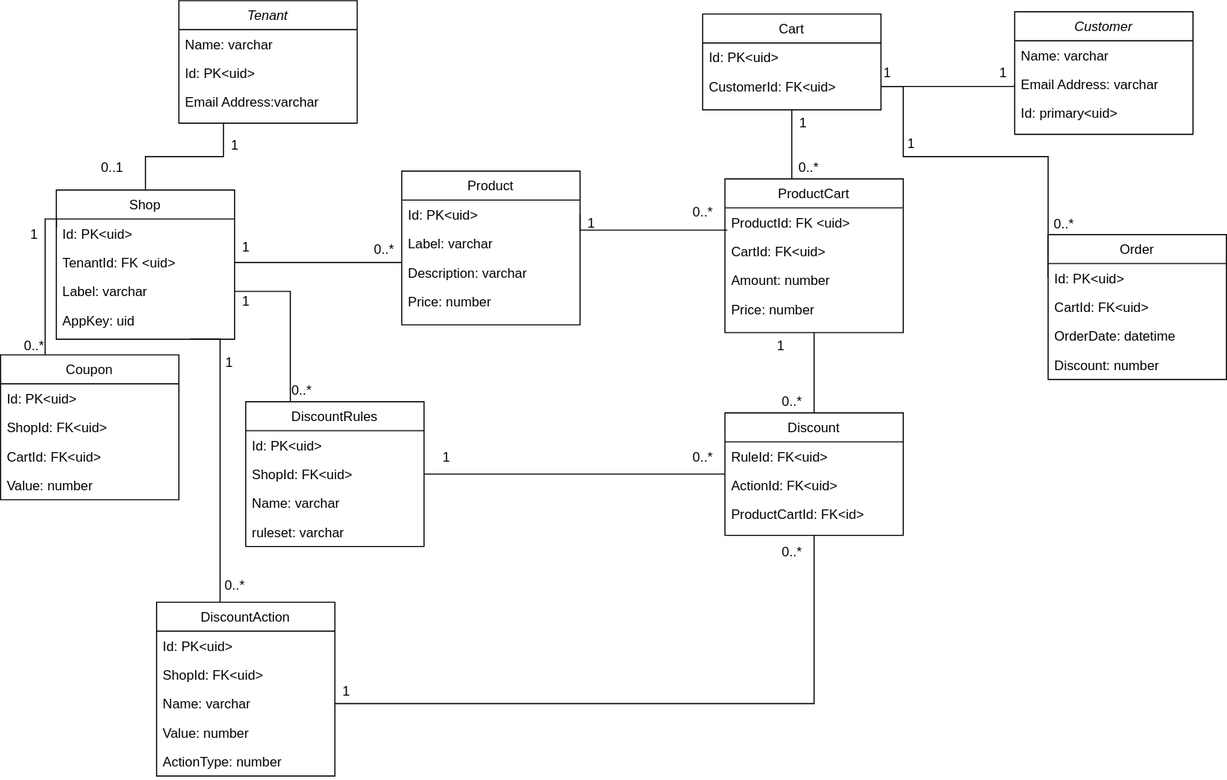
This is doc/src/docs/asciidoc/images/classdiagram.svg from swk5-2022ws/caas-bb-g2-buttinger-g2-emrah, a draw.io export, as it was before one commit. Source tidied: cells renumbered, new cells last; positions are measured from the earlier drawing's top-left corner, leaving out a move shared by most shapes.
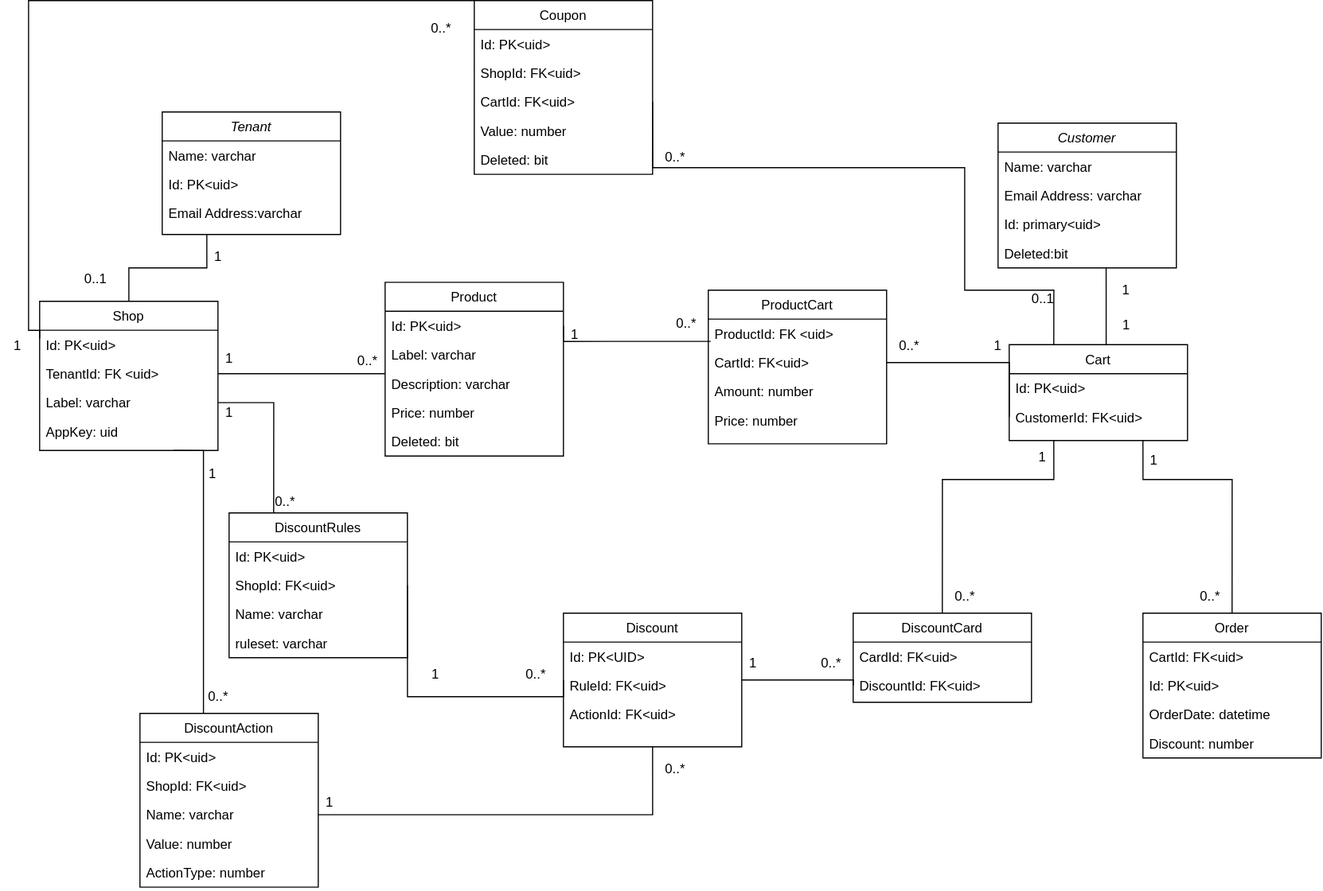
The same file after the commit.

What changed in the source:
```diff
@@ -41,4 +41,20 @@
     </mxCell>
+    <mxCell id="89" style="edgeStyle=orthogonalEdgeStyle;rounded=0;jettySize=auto;html=1;startArrow=none;startFill=0;endArrow=none;endFill=0;entryX=0.606;entryY=1.017;entryDx=0;entryDy=0;entryPerimeter=0;" parent="1" edge="1" source="13" target="91">
+      <mxGeometry relative="1" as="geometry">
+        <Array as="points">
+          <mxPoint x="1007" y="160" />
+          <mxPoint x="1007" y="160" />
+        </Array>
+      </mxGeometry>
+    </mxCell>
+    <mxCell id="90" style="edgeStyle=orthogonalEdgeStyle;rounded=0;jettySize=auto;html=1;exitX=0.75;exitY=1;exitDx=0;exitDy=0;entryX=0.5;entryY=0;entryDx=0;entryDy=0;startArrow=none;startFill=0;endArrow=none;endFill=0;" parent="1" edge="1" source="13" target="16">
+      <mxGeometry relative="1" as="geometry">
+        <Array as="points">
+          <mxPoint x="1040" y="330" />
+          <mxPoint x="1120" y="330" />
+        </Array>
+      </mxGeometry>
+    </mxCell>
     <mxCell id="13" value="Cart" style="swimlane;fontStyle=0;align=center;verticalAlign=top;horizontal=1;startSize=26;rounded=0;shadow=0;strokeWidth=1;" parent="1" vertex="1">
-      <mxGeometry x="630" y="12" width="160" height="86" as="geometry" />
+      <mxGeometry x="920" y="209" width="160" height="86" as="geometry" />
     </mxCell>
@@ -51,10 +67,10 @@
     <mxCell id="16" value="Order" style="swimlane;fontStyle=0;align=center;verticalAlign=top;horizontal=1;startSize=26;rounded=0;shadow=0;strokeWidth=1;" parent="1" vertex="1">
-      <mxGeometry x="940" y="210" width="160" height="130" as="geometry" />
+      <mxGeometry x="1040" y="450" width="160" height="130" as="geometry" />
     </mxCell>
+    <mxCell id="18" value="CartId: FK&lt;uid&gt;" style="text;align=left;verticalAlign=top;spacingLeft=4;spacingRight=4;overflow=hidden;" parent="16" vertex="1">
+      <mxGeometry y="26" width="160" height="26" as="geometry" />
+    </mxCell>
     <mxCell id="17" value="Id: PK&lt;uid&gt;" style="text;align=left;verticalAlign=top;spacingLeft=4;spacingRight=4;overflow=hidden;points=[[0,0.5],[1,0.5]];portConstraint=eastwest;" parent="16" vertex="1">
-      <mxGeometry y="26" width="160" height="26" as="geometry" />
+      <mxGeometry y="52" width="160" height="26" as="geometry" />
     </mxCell>
-    <mxCell id="18" value="CartId: FK&lt;uid&gt;" style="text;align=left;verticalAlign=top;spacingLeft=4;spacingRight=4;overflow=hidden;" parent="16" vertex="1">
-      <mxGeometry y="52" width="160" height="26" as="geometry" />
-    </mxCell>
     <mxCell id="19" value="OrderDate: datetime" style="text;align=left;verticalAlign=top;spacingLeft=4;spacingRight=4;overflow=hidden;rounded=0;shadow=0;html=0;" parent="16" vertex="1">
@@ -66,3 +82,3 @@
     <mxCell id="21" value="Customer" style="swimlane;fontStyle=2;align=center;verticalAlign=top;horizontal=1;startSize=26;rounded=0;shadow=0;strokeWidth=1;" parent="1" vertex="1">
-      <mxGeometry x="910" y="10" width="160" height="110" as="geometry" />
+      <mxGeometry x="910" y="10" width="160" height="130" as="geometry" />
     </mxCell>
@@ -77,4 +93,7 @@
     </mxCell>
+    <mxCell id="91" value="Deleted:bit" style="text;align=left;verticalAlign=top;spacingLeft=4;spacingRight=4;overflow=hidden;points=[[0,0.5],[1,0.5]];portConstraint=eastwest;rounded=0;shadow=0;html=0;" parent="21" vertex="1">
+      <mxGeometry y="104" width="160" height="26" as="geometry" />
+    </mxCell>
     <mxCell id="25" value="Product" style="swimlane;fontStyle=0;align=center;verticalAlign=top;horizontal=1;startSize=26;rounded=0;shadow=0;strokeWidth=1;" parent="1" vertex="1">
-      <mxGeometry x="360" y="153" width="160" height="138" as="geometry" />
+      <mxGeometry x="360" y="153" width="160" height="156" as="geometry" />
     </mxCell>
@@ -89,15 +108,8 @@
     </mxCell>
+    <mxCell id="92" value="Price: number" style="text;align=left;verticalAlign=top;spacingLeft=4;spacingRight=4;overflow=hidden;" parent="25" vertex="1">
+      <mxGeometry y="104" width="160" height="26" as="geometry" />
+    </mxCell>
-    <mxCell id="29" value="Price: number" style="text;align=left;verticalAlign=top;spacingLeft=4;spacingRight=4;overflow=hidden;" parent="25" vertex="1">
-      <mxGeometry y="104" width="160" height="26" as="geometry" />
+    <mxCell id="29" value="Deleted: bit" style="text;align=left;verticalAlign=top;spacingLeft=4;spacingRight=4;overflow=hidden;" parent="25" vertex="1">
+      <mxGeometry y="130" width="160" height="26" as="geometry" />
     </mxCell>
-    <mxCell id="30" style="edgeStyle=orthogonalEdgeStyle;rounded=0;jettySize=auto;html=1;exitX=0.5;exitY=0;exitDx=0;exitDy=0;entryX=0.5;entryY=1;entryDx=0;entryDy=0;endArrow=none;endFill=0;" parent="1" edge="1" source="32" target="13">
-      <mxGeometry relative="1" as="geometry">
-        <Array as="points">
-          <mxPoint x="710" y="160" />
-        </Array>
-      </mxGeometry>
-    </mxCell>
-    <mxCell id="31" style="edgeStyle=orthogonalEdgeStyle;rounded=0;jettySize=auto;html=1;exitX=0.5;exitY=1;exitDx=0;exitDy=0;entryX=0.5;entryY=0;entryDx=0;entryDy=0;endArrow=none;endFill=0;" parent="1" edge="1" source="32" target="53">
-      <mxGeometry relative="1" as="geometry" />
-    </mxCell>
     <mxCell id="32" value="ProductCart" style="swimlane;fontStyle=0;align=center;verticalAlign=top;horizontal=1;startSize=26;rounded=0;shadow=0;strokeWidth=1;" parent="1" vertex="1">
@@ -118,3 +130,3 @@
     <mxCell id="37" value="Coupon" style="swimlane;fontStyle=0;align=center;verticalAlign=top;horizontal=1;startSize=26;rounded=0;shadow=0;strokeWidth=1;" parent="1" vertex="1">
-      <mxGeometry y="318" width="160" height="130" as="geometry" />
+      <mxGeometry x="440" y="-100" width="160" height="156" as="geometry" />
     </mxCell>
@@ -129,4 +141,7 @@
     </mxCell>
+    <mxCell id="93" value="Value: number" style="text;align=left;verticalAlign=top;spacingLeft=4;spacingRight=4;overflow=hidden;rounded=0;shadow=0;html=0;" parent="37" vertex="1">
+      <mxGeometry y="104" width="160" height="26" as="geometry" />
+    </mxCell>
-    <mxCell id="41" value="Value: number" style="text;align=left;verticalAlign=top;spacingLeft=4;spacingRight=4;overflow=hidden;rounded=0;shadow=0;html=0;" parent="37" vertex="1">
-      <mxGeometry y="104" width="160" height="26" as="geometry" />
+    <mxCell id="41" value="Deleted: bit" style="text;align=left;verticalAlign=top;spacingLeft=4;spacingRight=4;overflow=hidden;rounded=0;shadow=0;html=0;" parent="37" vertex="1">
+      <mxGeometry y="130" width="160" height="26" as="geometry" />
     </mxCell>
@@ -165,14 +180,21 @@
     </mxCell>
+    <mxCell id="94" style="edgeStyle=orthogonalEdgeStyle;rounded=0;jettySize=auto;html=1;exitX=1;exitY=0.5;exitDx=0;exitDy=0;entryX=0;entryY=0.5;entryDx=0;entryDy=0;startArrow=none;startFill=0;endArrow=none;endFill=0;" parent="1" edge="1" source="53" target="99">
+      <mxGeometry relative="1" as="geometry">
+        <Array as="points">
+          <mxPoint x="780" y="510" />
+        </Array>
+      </mxGeometry>
+    </mxCell>
     <mxCell id="53" value="Discount" style="swimlane;fontStyle=0;align=center;verticalAlign=top;horizontal=1;startSize=26;rounded=0;shadow=0;strokeWidth=1;" parent="1" vertex="1">
-      <mxGeometry x="650" y="370" width="160" height="110" as="geometry" />
+      <mxGeometry x="520" y="450" width="160" height="120" as="geometry" />
     </mxCell>
+    <mxCell id="95" value="Id: PK&lt;UID&gt;" style="text;align=left;verticalAlign=top;spacingLeft=4;spacingRight=4;overflow=hidden;" parent="53" vertex="1">
+      <mxGeometry y="26" width="160" height="26" as="geometry" />
+    </mxCell>
     <mxCell id="54" value="RuleId: FK&lt;uid&gt;" style="text;align=left;verticalAlign=top;spacingLeft=4;spacingRight=4;overflow=hidden;" parent="53" vertex="1">
-      <mxGeometry y="26" width="160" height="26" as="geometry" />
+      <mxGeometry y="52" width="160" height="26" as="geometry" />
     </mxCell>
     <mxCell id="55" value="ActionId: FK&lt;uid&gt;" style="text;align=left;verticalAlign=top;spacingLeft=4;spacingRight=4;overflow=hidden;rounded=0;shadow=0;html=0;" parent="53" vertex="1">
-      <mxGeometry y="52" width="160" height="26" as="geometry" />
+      <mxGeometry y="78" width="160" height="26" as="geometry" />
     </mxCell>
-    <mxCell id="56" value="ProductCartId: FK&lt;id&gt;" style="text;align=left;verticalAlign=top;spacingLeft=4;spacingRight=4;overflow=hidden;rounded=0;shadow=0;html=0;" parent="53" vertex="1">
-      <mxGeometry y="78" width="160" height="26" as="geometry" />
-    </mxCell>
     <mxCell id="57" style="rounded=0;jettySize=auto;html=1;exitX=1;exitY=0.5;exitDx=0;exitDy=0;edgeStyle=orthogonalEdgeStyle;startArrow=none;startFill=0;endArrow=none;endFill=0;" parent="1" edge="1" source="10" target="28">
@@ -203,3 +225,7 @@
     <mxCell id="61" style="edgeStyle=orthogonalEdgeStyle;rounded=0;jettySize=auto;html=1;exitX=1;exitY=0.5;exitDx=0;exitDy=0;entryX=0;entryY=0.5;entryDx=0;entryDy=0;endArrow=none;endFill=0;" parent="1" edge="1" source="44" target="53">
-      <mxGeometry relative="1" as="geometry" />
+      <mxGeometry relative="1" as="geometry">
+        <Array as="points">
+          <mxPoint x="380" y="525" />
+        </Array>
+      </mxGeometry>
     </mxCell>
@@ -208,18 +234,2 @@
     </mxCell>
-    <mxCell id="63" style="edgeStyle=orthogonalEdgeStyle;rounded=0;jettySize=auto;html=1;exitX=0;exitY=0.5;exitDx=0;exitDy=0;entryX=1;entryY=0.5;entryDx=0;entryDy=0;endArrow=none;endFill=0;" parent="1" edge="1" source="23" target="15">
-      <mxGeometry relative="1" as="geometry">
-        <Array as="points">
-          <mxPoint x="910" y="77" />
-        </Array>
-      </mxGeometry>
-    </mxCell>
-    <mxCell id="64" style="edgeStyle=orthogonalEdgeStyle;rounded=0;jettySize=auto;html=1;exitX=1;exitY=0.5;exitDx=0;exitDy=0;entryX=0;entryY=0.5;entryDx=0;entryDy=0;endArrow=none;endFill=0;" parent="1" edge="1" source="15" target="17">
-      <mxGeometry relative="1" as="geometry">
-        <Array as="points">
-          <mxPoint x="810" y="77" />
-          <mxPoint x="810" y="140" />
-          <mxPoint x="940" y="140" />
-        </Array>
-      </mxGeometry>
-    </mxCell>
     <mxCell id="65" value="1" style="text;html=1;align=center;verticalAlign=middle;strokeColor=none;fillColor=none;" parent="1" vertex="1">
@@ -252,3 +262,3 @@
     <mxCell id="74" value="1" style="text;html=1;align=center;verticalAlign=middle;strokeColor=none;fillColor=none;" parent="1" vertex="1">
-      <mxGeometry x="385" y="395" width="30" height="30" as="geometry" />
+      <mxGeometry x="390" y="490" width="30" height="30" as="geometry" />
     </mxCell>
@@ -257,17 +267,5 @@
     </mxCell>
-    <mxCell id="76" value="1" style="text;html=1;align=center;verticalAlign=middle;strokeColor=none;fillColor=none;" parent="1" vertex="1">
-      <mxGeometry x="685" y="295" width="30" height="30" as="geometry" />
-    </mxCell>
-    <mxCell id="77" value="0..*" style="text;html=1;align=center;verticalAlign=middle;strokeColor=none;fillColor=none;" parent="1" vertex="1">
-      <mxGeometry x="610" y="395" width="40" height="30" as="geometry" />
-    </mxCell>
-    <mxCell id="78" value="0..*" style="text;html=1;align=center;verticalAlign=middle;strokeColor=none;fillColor=none;" parent="1" vertex="1">
-      <mxGeometry x="690" y="345" width="40" height="30" as="geometry" />
-    </mxCell>
     <mxCell id="79" value="0..*" style="text;html=1;align=center;verticalAlign=middle;strokeColor=none;fillColor=none;" parent="1" vertex="1">
-      <mxGeometry x="690" y="480" width="40" height="30" as="geometry" />
+      <mxGeometry x="600" y="575" width="40" height="30" as="geometry" />
     </mxCell>
-    <mxCell id="80" value="1" style="text;html=1;align=center;verticalAlign=middle;strokeColor=none;fillColor=none;" parent="1" vertex="1">
-      <mxGeometry x="705" y="95" width="30" height="30" as="geometry" />
-    </mxCell>
     <mxCell id="81" value="1" style="text;html=1;align=center;verticalAlign=middle;strokeColor=none;fillColor=none;" parent="1" vertex="1">
@@ -279,19 +277,77 @@
     <mxCell id="83" value="0..*" style="text;html=1;align=center;verticalAlign=middle;strokeColor=none;fillColor=none;" parent="1" vertex="1">
-      <mxGeometry x="705" y="135" width="40" height="30" as="geometry" />
+      <mxGeometry x="810" y="195" width="40" height="30" as="geometry" />
     </mxCell>
-    <mxCell id="84" value="0..*" style="text;html=1;align=center;verticalAlign=middle;strokeColor=none;fillColor=none;" parent="1" vertex="1">
-      <mxGeometry x="934" y="186" width="40" height="30" as="geometry" />
-    </mxCell>
     <mxCell id="85" value="1" style="text;html=1;align=center;verticalAlign=middle;strokeColor=none;fillColor=none;" parent="1" vertex="1">
-      <mxGeometry x="802" y="114" width="30" height="30" as="geometry" />
+      <mxGeometry x="1010" y="177" width="30" height="30" as="geometry" />
     </mxCell>
     <mxCell id="86" value="1" style="text;html=1;strokeColor=none;fillColor=none;align=center;verticalAlign=middle;whiteSpace=wrap;rounded=0;" parent="1" vertex="1">
-      <mxGeometry x="870" y="50" width="60" height="30" as="geometry" />
+      <mxGeometry x="995" y="145" width="60" height="30" as="geometry" />
     </mxCell>
     <mxCell id="87" value="1" style="text;html=1;strokeColor=none;fillColor=none;align=center;verticalAlign=middle;whiteSpace=wrap;rounded=0;" parent="1" vertex="1">
-      <mxGeometry x="766" y="50" width="60" height="30" as="geometry" />
+      <mxGeometry x="880" y="195" width="60" height="30" as="geometry" />
     </mxCell>
     <mxCell id="88" value="0..*" style="text;html=1;align=center;verticalAlign=middle;strokeColor=none;fillColor=none;" parent="1" vertex="1">
-      <mxGeometry x="10" y="295" width="40" height="30" as="geometry" />
+      <mxGeometry x="390" y="-90" width="40" height="30" as="geometry" />
     </mxCell>
+    <mxCell id="96" style="edgeStyle=orthogonalEdgeStyle;rounded=0;jettySize=auto;html=1;exitX=0.5;exitY=0;exitDx=0;exitDy=0;entryX=0.25;entryY=1;entryDx=0;entryDy=0;startArrow=none;startFill=0;endArrow=none;endFill=0;" parent="1" edge="1" source="97" target="13">
+      <mxGeometry relative="1" as="geometry">
+        <Array as="points">
+          <mxPoint x="860" y="330" />
+          <mxPoint x="960" y="330" />
+        </Array>
+      </mxGeometry>
+    </mxCell>
+    <mxCell id="97" value="DiscountCard" style="swimlane;fontStyle=0;align=center;verticalAlign=top;horizontal=1;startSize=26;rounded=0;shadow=0;strokeWidth=1;" parent="1" vertex="1">
+      <mxGeometry x="780" y="450" width="160" height="80" as="geometry" />
+    </mxCell>
+    <mxCell id="98" value="CardId: FK&lt;uid&gt;" style="text;align=left;verticalAlign=top;spacingLeft=4;spacingRight=4;overflow=hidden;" parent="97" vertex="1">
+      <mxGeometry y="26" width="160" height="26" as="geometry" />
+    </mxCell>
+    <mxCell id="99" value="DiscountId: FK&lt;uid&gt;" style="text;align=left;verticalAlign=top;spacingLeft=4;spacingRight=4;overflow=hidden;points=[[0,0.5],[1,0.5]];portConstraint=eastwest;rounded=0;shadow=0;html=0;" parent="97" vertex="1">
+      <mxGeometry y="52" width="160" height="26" as="geometry" />
+    </mxCell>
+    <mxCell id="100" value="0..*" style="text;html=1;align=center;verticalAlign=middle;strokeColor=none;fillColor=none;" parent="1" vertex="1">
+      <mxGeometry x="475" y="490" width="40" height="30" as="geometry" />
+    </mxCell>
+    <mxCell id="101" value="1" style="text;html=1;align=center;verticalAlign=middle;strokeColor=none;fillColor=none;" parent="1" vertex="1">
+      <mxGeometry x="675" y="480" width="30" height="30" as="geometry" />
+    </mxCell>
+    <mxCell id="102" value="0..*" style="text;html=1;align=center;verticalAlign=middle;strokeColor=none;fillColor=none;" parent="1" vertex="1">
+      <mxGeometry x="740" y="480" width="40" height="30" as="geometry" />
+    </mxCell>
+    <mxCell id="103" style="edgeStyle=orthogonalEdgeStyle;rounded=0;jettySize=auto;html=1;exitX=1;exitY=0.5;exitDx=0;exitDy=0;entryX=0;entryY=0.5;entryDx=0;entryDy=0;startArrow=none;startFill=0;endArrow=none;endFill=0;" parent="1" edge="1" source="34" target="15">
+      <mxGeometry relative="1" as="geometry">
+        <Array as="points">
+          <mxPoint x="920" y="225" />
+        </Array>
+      </mxGeometry>
+    </mxCell>
+    <mxCell id="104" value="1" style="text;html=1;strokeColor=none;fillColor=none;align=center;verticalAlign=middle;whiteSpace=wrap;rounded=0;" parent="1" vertex="1">
+      <mxGeometry x="920" y="295" width="60" height="30" as="geometry" />
+    </mxCell>
+    <mxCell id="105" value="0..*" style="text;html=1;align=center;verticalAlign=middle;strokeColor=none;fillColor=none;" parent="1" vertex="1">
+      <mxGeometry x="860" y="420" width="40" height="30" as="geometry" />
+    </mxCell>
+    <mxCell id="106" value="1" style="text;html=1;strokeColor=none;fillColor=none;align=center;verticalAlign=middle;whiteSpace=wrap;rounded=0;" parent="1" vertex="1">
+      <mxGeometry x="1020" y="298" width="60" height="30" as="geometry" />
+    </mxCell>
+    <mxCell id="107" value="0..*" style="text;html=1;align=center;verticalAlign=middle;strokeColor=none;fillColor=none;" parent="1" vertex="1">
+      <mxGeometry x="1080" y="420" width="40" height="30" as="geometry" />
+    </mxCell>
+    <mxCell id="108" style="edgeStyle=orthogonalEdgeStyle;rounded=0;jettySize=auto;html=1;exitX=1;exitY=0.5;exitDx=0;exitDy=0;entryX=0.25;entryY=0;entryDx=0;entryDy=0;startArrow=none;startFill=0;endArrow=none;endFill=0;" parent="1" edge="1" source="40" target="13">
+      <mxGeometry relative="1" as="geometry">
+        <Array as="points">
+          <mxPoint x="600" y="50" />
+          <mxPoint x="880" y="50" />
+          <mxPoint x="880" y="160" />
+          <mxPoint x="960" y="160" />
+        </Array>
+      </mxGeometry>
+    </mxCell>
+    <mxCell id="109" value="0..1" style="text;html=1;align=center;verticalAlign=middle;strokeColor=none;fillColor=none;" parent="1" vertex="1">
+      <mxGeometry x="930" y="153" width="40" height="30" as="geometry" />
+    </mxCell>
+    <mxCell id="110" value="0..*" style="text;html=1;align=center;verticalAlign=middle;strokeColor=none;fillColor=none;" parent="1" vertex="1">
+      <mxGeometry x="600" y="26" width="40" height="30" as="geometry" />
+    </mxCell>
   </root>
```
